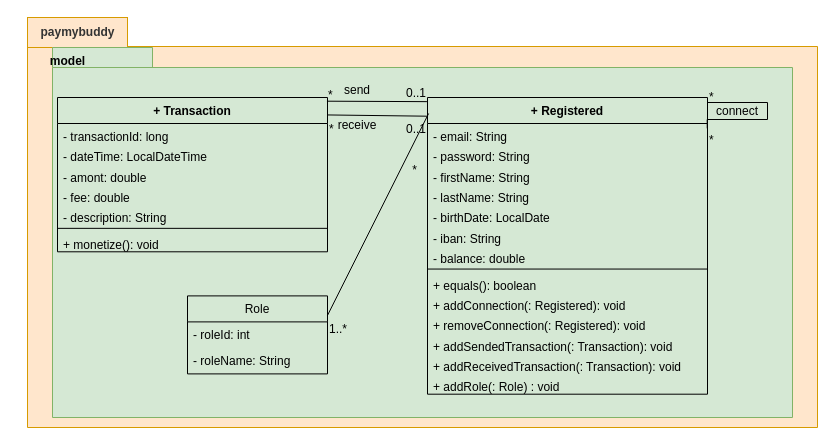
Above: page "Model classes" (2 of 3) of UML/payMyBuddyUML.drawio in emmo78/com.paymybuddy.paymybuddy (draw.io), before the change. Source tidied: cells renumbered, new cells numbered last; positions are measured from the earlier drawing's top-left corner, leaving out a move shared by most shapes. Both pictures are drawn from the tidied source at 100%, with x=0, y=0 at pixel (17, 17).
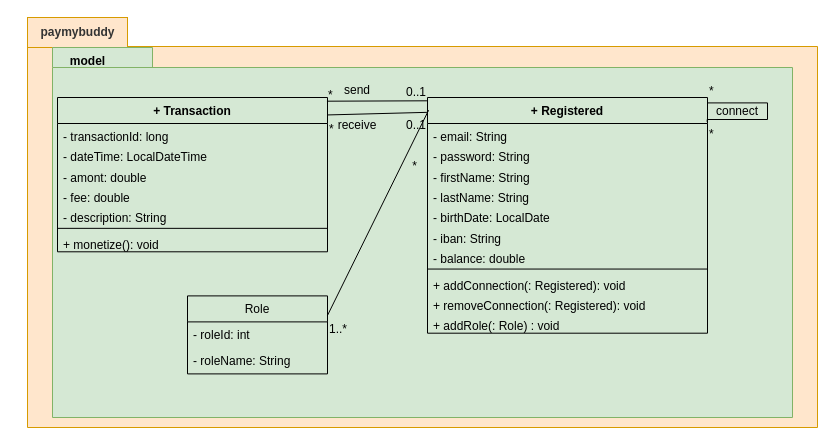
Above is the later version.

Change to the diagram source:
```diff
@@
     <mxCell id="5" value="&lt;span style=&quot;font-size: 12px;&quot;&gt;model&lt;/span&gt;" style="text;strokeColor=none;fillColor=none;html=1;fontSize=24;fontStyle=1;verticalAlign=middle;align=center;" parent="1" vertex="1">
-      <mxGeometry y="20" width="100" height="40" as="geometry" />
+      <mxGeometry x="20" y="20" width="100" height="40" as="geometry" />
     </mxCell>
     <mxCell id="6" value="+ Registered" style="swimlane;fontStyle=1;align=center;verticalAlign=top;horizontal=1;startSize=26;fillColor=#d5e8d4;strokeColor=#000000;" parent="1" vertex="1">
-      <mxGeometry x="410" y="80" width="280" height="296.7" as="geometry" />
+      <mxGeometry x="410" y="80" width="280" height="235.7" as="geometry" />
     </mxCell>
@@
-    <mxCell id="15" value="+ equals(): boolean" style="text;strokeColor=none;fillColor=none;align=left;verticalAlign=top;spacingLeft=4;spacingRight=4;overflow=hidden;" parent="6" vertex="1">
-      <mxGeometry y="174.7" width="280" height="20.3" as="geometry" />
-    </mxCell>
     <mxCell id="16" value="+ addConnection(: Registered): void" style="text;strokeColor=none;fillColor=none;align=left;verticalAlign=top;spacingLeft=4;spacingRight=4;overflow=hidden;" parent="6" vertex="1">
-      <mxGeometry y="195" width="280" height="20.3" as="geometry" />
+      <mxGeometry y="174.7" width="280" height="20.3" as="geometry" />
     </mxCell>
     <mxCell id="17" value="+ removeConnection(: Registered): void" style="text;strokeColor=none;fillColor=none;align=left;verticalAlign=top;spacingLeft=4;spacingRight=4;overflow=hidden;" parent="6" vertex="1">
-      <mxGeometry y="215.4" width="280" height="20.3" as="geometry" />
+      <mxGeometry y="195" width="280" height="20.3" as="geometry" />
     </mxCell>
-    <mxCell id="18" value="+ addSendedTransaction(: Transaction): void" style="text;strokeColor=none;fillColor=none;align=left;verticalAlign=top;spacingLeft=4;spacingRight=4;overflow=hidden;" parent="6" vertex="1">
-      <mxGeometry y="235.7" width="280" height="20.3" as="geometry" />
-    </mxCell>
-    <mxCell id="19" value="+ addReceivedTransaction(: Transaction): void" style="text;strokeColor=none;fillColor=none;align=left;verticalAlign=top;spacingLeft=4;spacingRight=4;overflow=hidden;" parent="6" vertex="1">
-      <mxGeometry y="256" width="280" height="20.3" as="geometry" />
-    </mxCell>
     <mxCell id="20" value="+ addRole(: Role) : void" style="text;strokeColor=none;fillColor=none;align=left;verticalAlign=top;spacingLeft=4;spacingRight=4;overflow=hidden;" parent="6" vertex="1">
-      <mxGeometry y="276.4" width="280" height="20.3" as="geometry" />
+      <mxGeometry y="215.4" width="280" height="20.3" as="geometry" />
     </mxCell>
```
